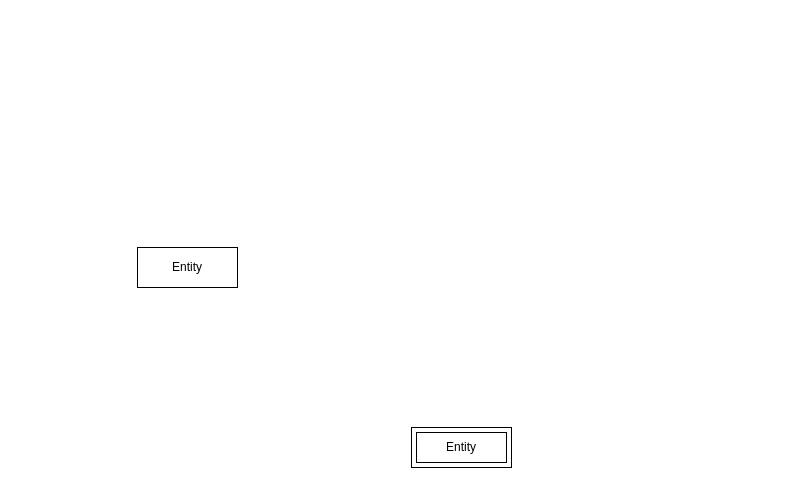
The draw.io diagram Dio Projeto 1.drawio in mairaveiga/Curso-DIO-Dados, before the edit. Source tidied: cells renumbered, new cells numbered last; positions are measured from the earlier drawing's top-left corner, leaving out a move shared by most shapes. Both pictures are drawn from the tidied source at 100%, with x=0, y=0 at pixel (137, 247).
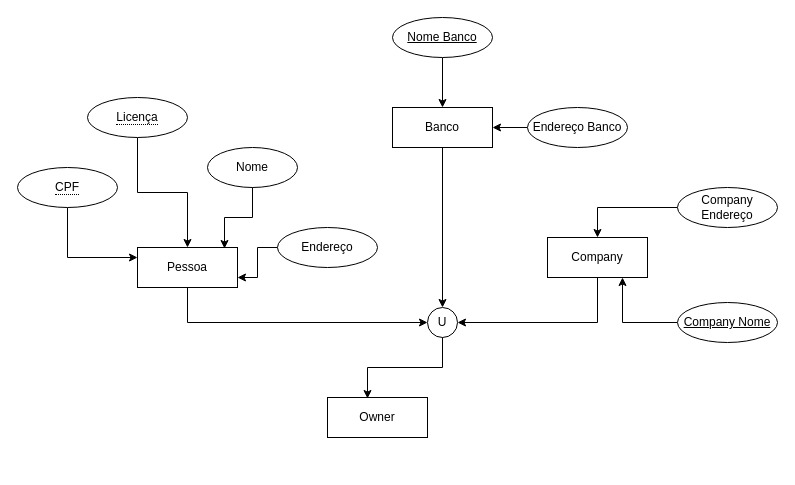
The same diagram, later.

Change to the diagram source:
```diff
@@
+    <mxCell id="4" style="edgeStyle=orthogonalEdgeStyle;rounded=0;jettySize=auto;html=1;exitX=0.5;exitY=1;exitDx=0;exitDy=0;entryX=0;entryY=0.5;entryDx=0;entryDy=0;" parent="1" edge="1" source="2" target="9">
+      <mxGeometry relative="1" as="geometry" />
+    </mxCell>
-    <mxCell id="2" value="Entity" style="whiteSpace=wrap;html=1;align=center;" parent="1" vertex="1">
+    <mxCell id="2" value="Pessoa" style="whiteSpace=wrap;html=1;align=center;" parent="1" vertex="1">
       <mxGeometry width="100" height="40" as="geometry" />
     </mxCell>
-    <mxCell id="3" value="Entity" style="shape=ext;margin=3;double=1;whiteSpace=wrap;html=1;align=center;" parent="1" vertex="1">
-      <mxGeometry x="274" y="180" width="100" height="40" as="geometry" />
-    </mxCell>
+    <mxCell id="5" style="edgeStyle=orthogonalEdgeStyle;rounded=0;jettySize=auto;html=1;" parent="1" edge="1" source="6" target="9">
+      <mxGeometry relative="1" as="geometry" />
+    </mxCell>
+    <mxCell id="6" value="Banco" style="whiteSpace=wrap;html=1;align=center;" parent="1" vertex="1">
+      <mxGeometry x="255" y="-140" width="100" height="40" as="geometry" />
+    </mxCell>
+    <mxCell id="7" style="edgeStyle=orthogonalEdgeStyle;rounded=0;jettySize=auto;html=1;exitX=0.5;exitY=1;exitDx=0;exitDy=0;entryX=1;entryY=0.5;entryDx=0;entryDy=0;" parent="1" edge="1" source="8" target="9">
+      <mxGeometry relative="1" as="geometry" />
+    </mxCell>
+    <mxCell id="8" value="Company" style="whiteSpace=wrap;html=1;align=center;" parent="1" vertex="1">
+      <mxGeometry x="410" y="-10" width="100" height="40" as="geometry" />
+    </mxCell>
+    <mxCell id="9" value="U" style="ellipse;whiteSpace=wrap;html=1;" parent="1" vertex="1">
+      <mxGeometry x="290" y="60" width="30" height="30" as="geometry" />
+    </mxCell>
+    <mxCell id="10" value="Owner" style="whiteSpace=wrap;html=1;align=center;" parent="1" vertex="1">
+      <mxGeometry x="190" y="150" width="100" height="40" as="geometry" />
+    </mxCell>
+    <mxCell id="11" style="edgeStyle=orthogonalEdgeStyle;rounded=0;jettySize=auto;html=1;exitX=0.5;exitY=1;exitDx=0;exitDy=0;entryX=0.4;entryY=0.025;entryDx=0;entryDy=0;entryPerimeter=0;" parent="1" edge="1" source="9" target="10">
+      <mxGeometry relative="1" as="geometry" />
+    </mxCell>
+    <mxCell id="12" style="edgeStyle=orthogonalEdgeStyle;rounded=0;jettySize=auto;html=1;exitX=0.5;exitY=1;exitDx=0;exitDy=0;" parent="1" edge="1" source="13" target="2">
+      <mxGeometry relative="1" as="geometry" />
+    </mxCell>
+    <mxCell id="13" value="&lt;span style=&quot;border-bottom: 1px dotted&quot;&gt;Licença&lt;/span&gt;" style="ellipse;whiteSpace=wrap;html=1;align=center;" parent="1" vertex="1">
+      <mxGeometry x="-50" y="-150" width="100" height="40" as="geometry" />
+    </mxCell>
+    <mxCell id="14" style="edgeStyle=orthogonalEdgeStyle;rounded=0;jettySize=auto;html=1;" parent="1" edge="1" source="15" target="2">
+      <mxGeometry relative="1" as="geometry">
+        <Array as="points">
+          <mxPoint x="-70" y="10" />
+        </Array>
+      </mxGeometry>
+    </mxCell>
+    <mxCell id="15" value="&lt;span style=&quot;border-bottom: 1px dotted&quot;&gt;CPF&lt;/span&gt;" style="ellipse;whiteSpace=wrap;html=1;align=center;" parent="1" vertex="1">
+      <mxGeometry x="-120" y="-80" width="100" height="40" as="geometry" />
+    </mxCell>
+    <mxCell id="16" value="Nome" style="ellipse;whiteSpace=wrap;html=1;align=center;" parent="1" vertex="1">
+      <mxGeometry x="70" y="-100" width="90" height="40" as="geometry" />
+    </mxCell>
+    <mxCell id="17" style="edgeStyle=orthogonalEdgeStyle;rounded=0;jettySize=auto;html=1;entryX=0.87;entryY=0.025;entryDx=0;entryDy=0;entryPerimeter=0;" parent="1" edge="1" source="16" target="2">
+      <mxGeometry relative="1" as="geometry" />
+    </mxCell>
+    <mxCell id="18" style="edgeStyle=orthogonalEdgeStyle;rounded=0;jettySize=auto;html=1;exitX=0;exitY=0.5;exitDx=0;exitDy=0;entryX=1;entryY=0.75;entryDx=0;entryDy=0;" parent="1" edge="1" source="19" target="2">
+      <mxGeometry relative="1" as="geometry" />
+    </mxCell>
+    <mxCell id="19" value="Endereço" style="ellipse;whiteSpace=wrap;html=1;align=center;" parent="1" vertex="1">
+      <mxGeometry x="140" y="-20" width="100" height="40" as="geometry" />
+    </mxCell>
+    <mxCell id="20" style="edgeStyle=orthogonalEdgeStyle;rounded=0;jettySize=auto;html=1;" parent="1" edge="1" source="21" target="6">
+      <mxGeometry relative="1" as="geometry" />
+    </mxCell>
+    <mxCell id="21" value="Nome Banco" style="ellipse;whiteSpace=wrap;html=1;align=center;fontStyle=4;" parent="1" vertex="1">
+      <mxGeometry x="255" y="-230" width="100" height="40" as="geometry" />
+    </mxCell>
+    <mxCell id="22" style="edgeStyle=orthogonalEdgeStyle;rounded=0;jettySize=auto;html=1;" parent="1" edge="1" source="23" target="6">
+      <mxGeometry relative="1" as="geometry" />
+    </mxCell>
+    <mxCell id="23" value="Endereço Banco" style="ellipse;whiteSpace=wrap;html=1;align=center;" parent="1" vertex="1">
+      <mxGeometry x="390" y="-140" width="100" height="40" as="geometry" />
+    </mxCell>
+    <mxCell id="24" style="edgeStyle=orthogonalEdgeStyle;rounded=0;jettySize=auto;html=1;exitX=0;exitY=0.5;exitDx=0;exitDy=0;entryX=0.75;entryY=1;entryDx=0;entryDy=0;" parent="1" edge="1" source="25" target="8">
+      <mxGeometry relative="1" as="geometry" />
+    </mxCell>
+    <mxCell id="25" value="Company Nome" style="ellipse;whiteSpace=wrap;html=1;align=center;fontStyle=4;" parent="1" vertex="1">
+      <mxGeometry x="540" y="55" width="100" height="40" as="geometry" />
+    </mxCell>
+    <mxCell id="26" style="edgeStyle=orthogonalEdgeStyle;rounded=0;jettySize=auto;html=1;" parent="1" edge="1" source="27" target="8">
+      <mxGeometry relative="1" as="geometry" />
+    </mxCell>
+    <mxCell id="27" value="Company Endereço" style="ellipse;whiteSpace=wrap;html=1;align=center;" parent="1" vertex="1">
+      <mxGeometry x="540" y="-60" width="100" height="40" as="geometry" />
+    </mxCell>
```
